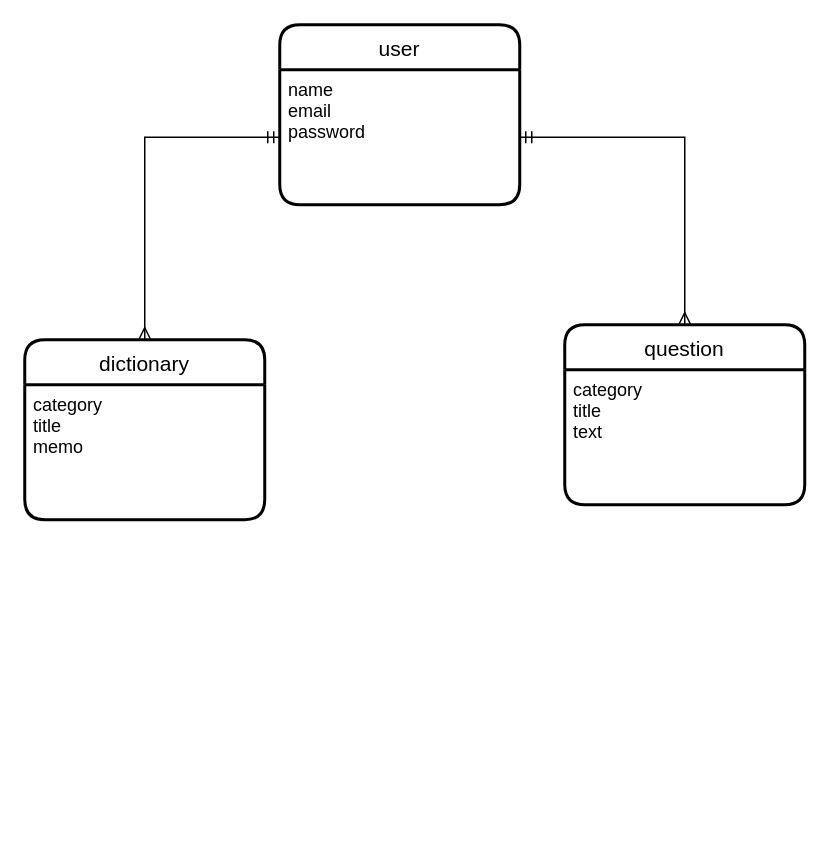
Before: dictionary.dio in yusuke-k-03/my_dictionary, a draw.io diagram. Source tidied: cells renumbered, new cells numbered last; positions are measured from the earlier drawing's top-left corner, leaving out a move shared by most shapes. Both pictures are drawn from the tidied source at 150%, with x=0, y=0 at pixel (24, 24).
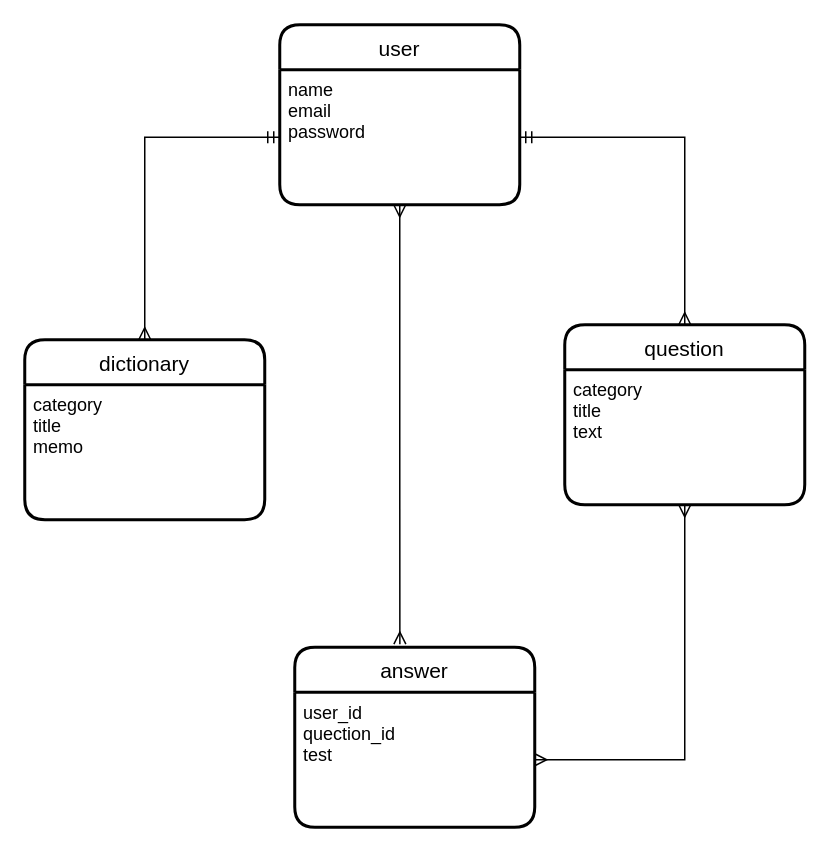
The same page after the edit.

Change to the diagram source:
```diff
@@
 <mxGraphModel>
   <root>
     <mxCell id="0" />
     <mxCell id="1" parent="0" />
     <mxCell id="2" value="user" style="swimlane;horizontal=1;startSize=30;rounded=1;fontSize=14;fontStyle=0;strokeWidth=2;shadow=0;dashed=0;align=center;" parent="1" vertex="1">
       <mxGeometry x="170" width="160" height="120" as="geometry" />
     </mxCell>
     <mxCell id="3" value="name&#10;email&#10;password" style="align=left;strokeColor=none;fillColor=none;spacingLeft=4;fontSize=12;verticalAlign=top;" parent="2" vertex="1">
       <mxGeometry y="30" width="160" height="90" as="geometry" />
     </mxCell>
     <mxCell id="4" value="dictionary" style="swimlane;horizontal=1;startSize=30;rounded=1;fontSize=14;fontStyle=0;strokeWidth=2;shadow=0;dashed=0;align=center;" parent="1" vertex="1">
       <mxGeometry y="210" width="160" height="120" as="geometry" />
     </mxCell>
     <mxCell id="5" value="category&#10;title&#10;memo&#10;&#10;" style="align=left;strokeColor=none;fillColor=none;spacingLeft=4;fontSize=12;verticalAlign=top;" parent="4" vertex="1">
       <mxGeometry y="30" width="160" height="90" as="geometry" />
     </mxCell>
     <mxCell id="6" style="edgeStyle=orthogonalEdgeStyle;rounded=0;jettySize=auto;html=1;exitX=0;exitY=0.5;exitDx=0;exitDy=0;entryX=0.5;entryY=0;entryDx=0;entryDy=0;endArrow=ERmany;endFill=0;startArrow=ERmandOne;startFill=0;" parent="1" edge="1" source="3" target="4">
       <mxGeometry relative="1" as="geometry" />
     </mxCell>
     <mxCell id="7" value="question" style="swimlane;horizontal=1;startSize=30;rounded=1;fontSize=14;fontStyle=0;strokeWidth=2;shadow=0;dashed=0;align=center;" parent="1" vertex="1">
       <mxGeometry x="360" y="200" width="160" height="120" as="geometry" />
     </mxCell>
     <mxCell id="8" value="category&#10;title&#10;text" style="align=left;strokeColor=none;fillColor=none;spacingLeft=4;fontSize=12;verticalAlign=top;" parent="7" vertex="1">
       <mxGeometry y="30" width="160" height="90" as="geometry" />
     </mxCell>
     <mxCell id="9" style="edgeStyle=orthogonalEdgeStyle;rounded=0;jettySize=auto;html=1;exitX=1;exitY=0.5;exitDx=0;exitDy=0;entryX=0.5;entryY=0;entryDx=0;entryDy=0;endArrow=ERmany;endFill=0;startArrow=ERmandOne;startFill=0;" parent="1" edge="1" source="3" target="7">
       <mxGeometry relative="1" as="geometry" />
     </mxCell>
+    <mxCell id="10" value="answer" style="swimlane;horizontal=1;startSize=30;rounded=1;fontSize=14;fontStyle=0;strokeWidth=2;shadow=0;dashed=0;align=center;" parent="1" vertex="1">
+      <mxGeometry x="180" y="415" width="160" height="120" as="geometry" />
+    </mxCell>
+    <mxCell id="11" value="user_id&#10;quection_id&#10;test" style="align=left;strokeColor=none;fillColor=none;spacingLeft=4;fontSize=12;verticalAlign=top;" parent="10" vertex="1">
+      <mxGeometry y="30" width="160" height="90" as="geometry" />
+    </mxCell>
+    <mxCell id="12" style="edgeStyle=orthogonalEdgeStyle;rounded=0;jettySize=auto;html=1;startArrow=ERmany;startFill=0;endArrow=ERmany;endFill=0;entryX=0.438;entryY=-0.017;entryDx=0;entryDy=0;entryPerimeter=0;" parent="1" edge="1" source="3" target="10">
+      <mxGeometry relative="1" as="geometry" />
+    </mxCell>
+    <mxCell id="13" style="edgeStyle=orthogonalEdgeStyle;rounded=0;jettySize=auto;html=1;exitX=0.5;exitY=1;exitDx=0;exitDy=0;entryX=1;entryY=0.5;entryDx=0;entryDy=0;startArrow=ERmany;startFill=0;endArrow=ERmany;endFill=0;" parent="1" edge="1" source="8" target="11">
+      <mxGeometry relative="1" as="geometry" />
+    </mxCell>
   </root>
 </mxGraphModel>
```
